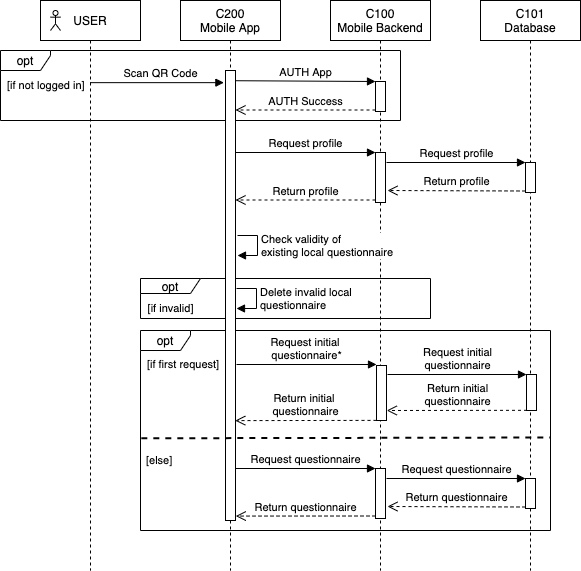
NUMde/compass-numapp keeps this draw.io diagram as docs/architecture/images/UC1_loadQuestionnaire.png. Above is the earlier version. Source tidied: cells renumbered, new cells last; positions are measured from the earlier drawing's top-left corner, leaving out a move shared by most shapes.
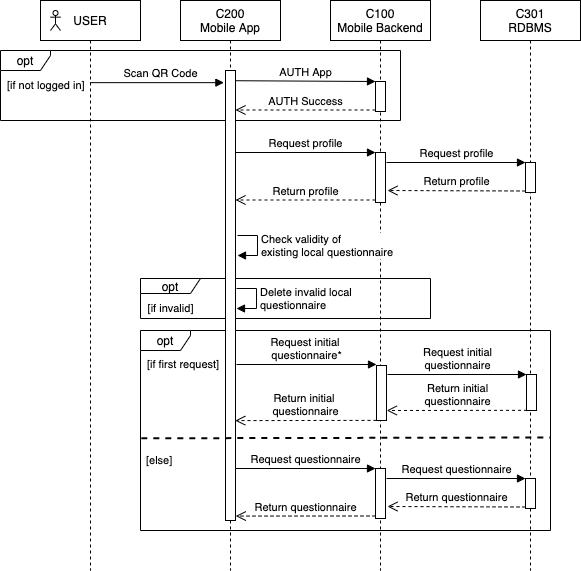
The same diagram one commit later.

Diff of the diagram source:
```diff
@@ -29,7 +29,7 @@
     <mxCell id="10" style="html=1;points=[];perimeter=orthogonalPerimeter;" parent="7" vertex="1">
       <mxGeometry x="45" y="468" width="10" height="50" as="geometry" />
     </mxCell>
-    <mxCell id="11" value="&lt;span&gt;C101&lt;/span&gt;&lt;br&gt;&lt;span&gt;Database&lt;/span&gt;" style="shape=umlLifeline;perimeter=lifelinePerimeter;whiteSpace=wrap;html=1;" parent="1" vertex="1">
+    <mxCell id="11" value="&lt;span&gt;C301&lt;/span&gt;&lt;br&gt;&lt;span&gt;RDBMS&lt;/span&gt;" style="shape=umlLifeline;perimeter=lifelinePerimeter;whiteSpace=wrap;html=1;" parent="1" vertex="1">
       <mxGeometry x="480" width="100" height="570" as="geometry" />
     </mxCell>
     <mxCell id="12" style="html=1;points=[];perimeter=orthogonalPerimeter;" parent="11" vertex="1">
```
